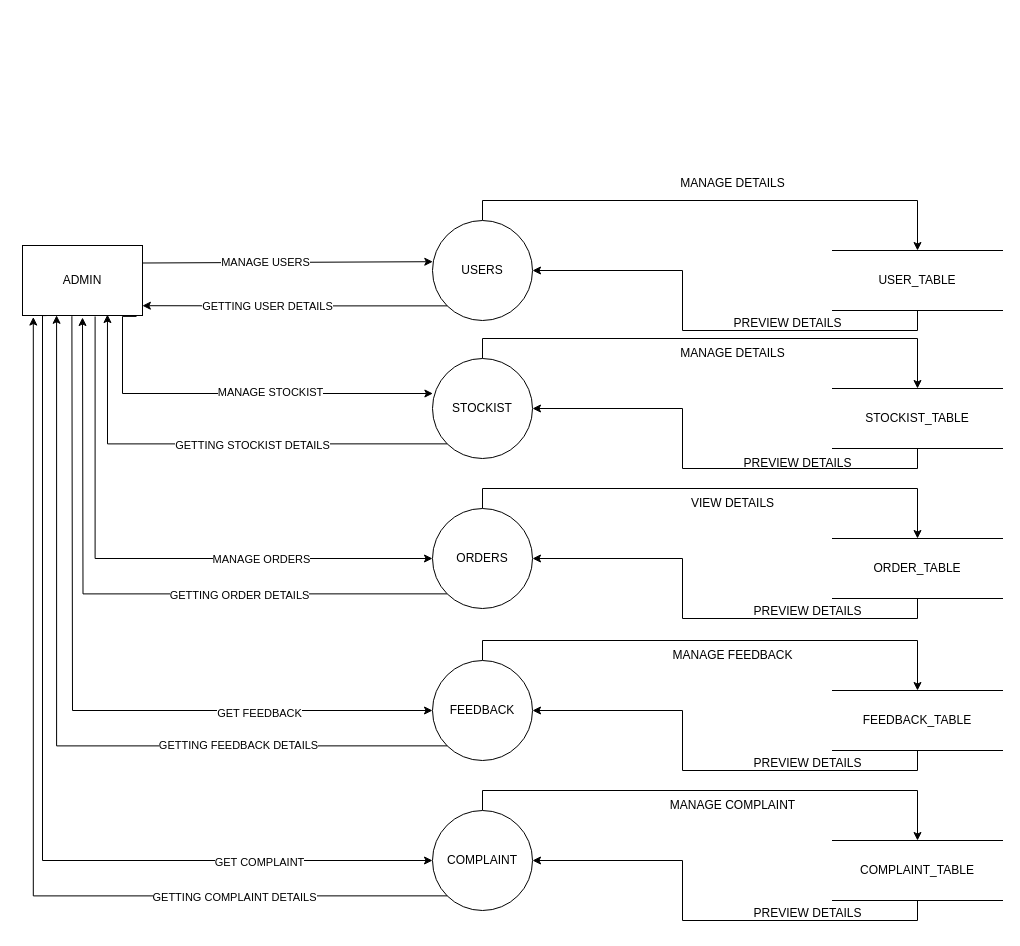
Before: page "DFD-1(ADMIN)" (10 of 18) of DOCUMENTATION.drawio in panchalbhavya2210/gift_documentation, a draw.io diagram. Source tidied: cells renumbered, new cells numbered last; positions are measured from the earlier drawing's top-left corner, leaving out a move shared by most shapes. Both pictures are drawn from the tidied source at 100%, with x=0, y=0 at pixel (22, 168).
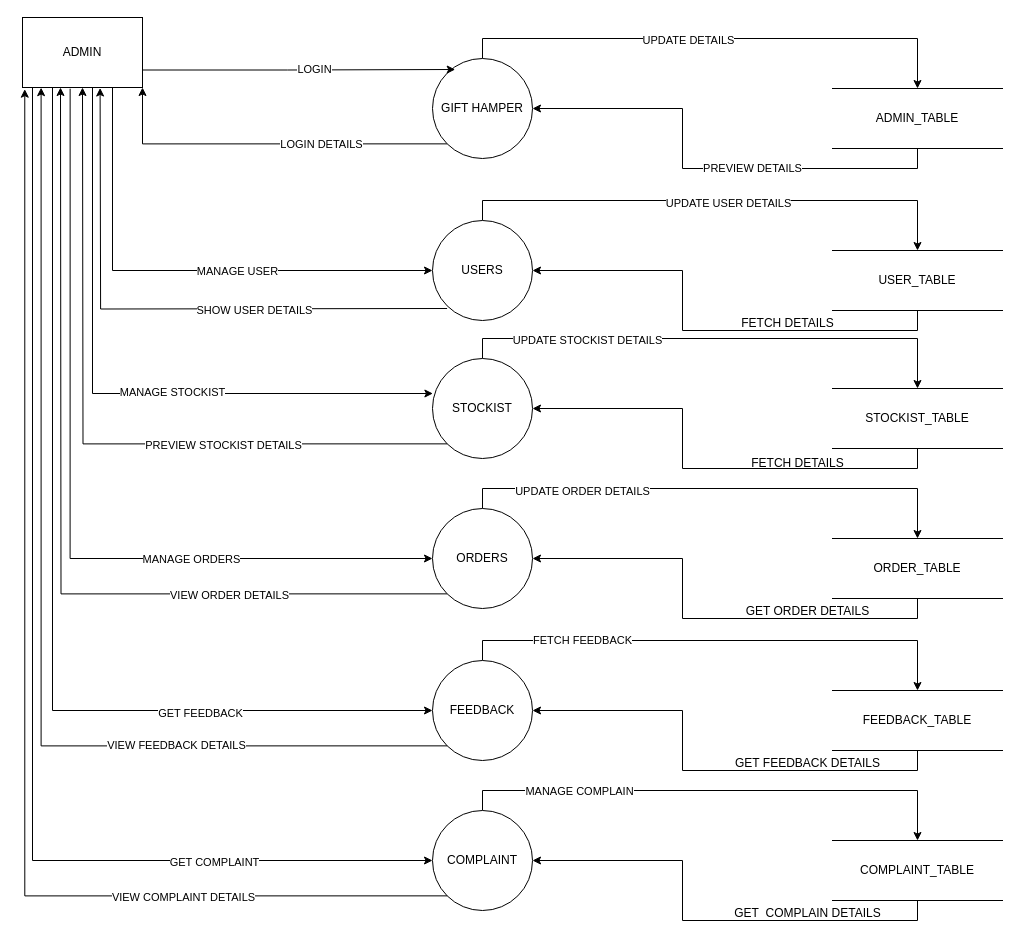
The same page after the edit.

The change refers to these unchanged cells:
```xml
<mxCell id="2" style="edgeStyle=orthogonalEdgeStyle;rounded=0;jettySize=auto;html=1;exitX=0.5;exitY=0;exitDx=0;exitDy=0;entryX=0.5;entryY=0;entryDx=0;entryDy=0;" parent="1" edge="1" source="3" target="5">
  <mxGeometry relative="1" as="geometry" />
</mxCell>
<mxCell id="3" value="USERS" style="ellipse;whiteSpace=wrap;html=1;" parent="1" vertex="1">
  <mxGeometry x="410" y="52" width="100" height="100" as="geometry" />
</mxCell>
<mxCell id="17" style="edgeStyle=orthogonalEdgeStyle;rounded=0;jettySize=auto;html=1;exitX=0.5;exitY=0;exitDx=0;exitDy=0;entryX=0.5;entryY=0;entryDx=0;entryDy=0;" parent="1" edge="1" source="18" target="20">
  <mxGeometry relative="1" as="geometry" />
</mxCell>
<mxCell id="18" value="STOCKIST" style="ellipse;whiteSpace=wrap;html=1;" parent="1" vertex="1">
  <mxGeometry x="410" y="190" width="100" height="100" as="geometry" />
</mxCell>
<mxCell id="25" style="edgeStyle=orthogonalEdgeStyle;rounded=0;jettySize=auto;html=1;exitX=0.5;exitY=0;exitDx=0;exitDy=0;entryX=0.5;entryY=0;entryDx=0;entryDy=0;" parent="1" edge="1" source="28" target="30">
  <mxGeometry relative="1" as="geometry" />
</mxCell>
<mxCell id="28" value="ORDERS" style="ellipse;whiteSpace=wrap;html=1;" parent="1" vertex="1">
  <mxGeometry x="410" y="340" width="100" height="100" as="geometry" />
</mxCell>
<mxCell id="33" style="edgeStyle=orthogonalEdgeStyle;rounded=0;jettySize=auto;html=1;exitX=0.5;exitY=0;exitDx=0;exitDy=0;entryX=0.5;entryY=0;entryDx=0;entryDy=0;" parent="1" edge="1" source="34" target="36">
  <mxGeometry relative="1" as="geometry" />
</mxCell>
<mxCell id="34" value="FEEDBACK" style="ellipse;whiteSpace=wrap;html=1;" parent="1" vertex="1">
  <mxGeometry x="410" y="492" width="100" height="100" as="geometry" />
</mxCell>
<mxCell id="39" style="edgeStyle=orthogonalEdgeStyle;rounded=0;jettySize=auto;html=1;exitX=0.5;exitY=0;exitDx=0;exitDy=0;entryX=0.5;entryY=0;entryDx=0;entryDy=0;" parent="1" edge="1" source="40" target="42">
  <mxGeometry relative="1" as="geometry" />
</mxCell>
<mxCell id="40" value="COMPLAINT" style="ellipse;whiteSpace=wrap;html=1;" parent="1" vertex="1">
  <mxGeometry x="410" y="642" width="100" height="100" as="geometry" />
</mxCell>
```

What changed in the source:
```diff
@@
+    <mxCell id="53" value="UPDATE USER DETAILS" style="edgeLabel;html=1;align=center;verticalAlign=middle;" parent="2" vertex="1">
+      <mxGeometry x="0.05" y="-2" relative="1" as="geometry" />
+    </mxCell>
@@
-    <mxCell id="6" style="rounded=0;jettySize=auto;html=1;exitX=1;exitY=0.25;exitDx=0;exitDy=0;entryX=0.003;entryY=0.412;entryDx=0;entryDy=0;entryPerimeter=0;" parent="1" edge="1" source="14" target="3">
-      <mxGeometry relative="1" as="geometry" />
-    </mxCell>
-    <mxCell id="7" value="MANAGE USERS" style="edgeLabel;html=1;align=center;verticalAlign=middle;" parent="6" vertex="1">
-      <mxGeometry x="-0.15" relative="1" as="geometry" />
-    </mxCell>
-    <mxCell id="8" style="edgeStyle=orthogonalEdgeStyle;rounded=0;jettySize=auto;html=1;exitX=0.605;exitY=1.014;exitDx=0;exitDy=0;entryX=0;entryY=0.5;entryDx=0;entryDy=0;exitPerimeter=0;" parent="1" edge="1" source="14" target="28">
+    <mxCell id="8" style="edgeStyle=orthogonalEdgeStyle;rounded=0;jettySize=auto;html=1;exitX=0.397;exitY=1.017;exitDx=0;exitDy=0;entryX=0;entryY=0.5;entryDx=0;entryDy=0;exitPerimeter=0;" parent="1" edge="1" source="14" target="28">
       <mxGeometry relative="1" as="geometry">
         <Array as="points">
-          <mxPoint x="73" y="390" />
+          <mxPoint x="48" y="390" />
         </Array>
       </mxGeometry>
     </mxCell>
@@
-    <mxCell id="10" style="edgeStyle=orthogonalEdgeStyle;rounded=0;jettySize=auto;html=1;exitX=0.412;exitY=0.995;exitDx=0;exitDy=0;entryX=0;entryY=0.5;entryDx=0;entryDy=0;exitPerimeter=0;" parent="1" edge="1" source="14" target="34">
+    <mxCell id="10" style="edgeStyle=orthogonalEdgeStyle;rounded=0;jettySize=auto;html=1;exitX=0.25;exitY=1;exitDx=0;exitDy=0;entryX=0;entryY=0.5;entryDx=0;entryDy=0;" parent="1" edge="1" source="14" target="34">
       <mxGeometry relative="1" as="geometry">
         <Array as="points">
-          <mxPoint x="49" y="148" />
-          <mxPoint x="50" y="148" />
-          <mxPoint x="50" y="542" />
+          <mxPoint x="34" y="-81" />
+          <mxPoint x="34" y="-82" />
+          <mxPoint x="30" y="-82" />
+          <mxPoint x="30" y="542" />
         </Array>
       </mxGeometry>
     </mxCell>
@@
-    <mxCell id="12" style="edgeStyle=orthogonalEdgeStyle;rounded=0;jettySize=auto;html=1;entryX=0;entryY=0.5;entryDx=0;entryDy=0;exitX=0.2;exitY=1.001;exitDx=0;exitDy=0;exitPerimeter=0;" parent="1" edge="1" source="14" target="40">
+    <mxCell id="12" style="edgeStyle=orthogonalEdgeStyle;rounded=0;jettySize=auto;html=1;entryX=0;entryY=0.5;entryDx=0;entryDy=0;exitX=0.106;exitY=0.995;exitDx=0;exitDy=0;exitPerimeter=0;" parent="1" edge="1" source="14" target="40">
       <mxGeometry relative="1" as="geometry">
         <Array as="points">
-          <mxPoint x="20" y="147" />
-          <mxPoint x="20" y="692" />
+          <mxPoint x="10" y="-81" />
+          <mxPoint x="10" y="692" />
         </Array>
       </mxGeometry>
     </mxCell>
@@
+    <mxCell id="6" style="edgeStyle=orthogonalEdgeStyle;rounded=0;jettySize=auto;html=1;exitX=0.75;exitY=1;exitDx=0;exitDy=0;entryX=0;entryY=0.5;entryDx=0;entryDy=0;" parent="1" edge="1" source="14" target="3">
+      <mxGeometry relative="1" as="geometry" />
+    </mxCell>
+    <mxCell id="54" value="MANAGE USER" style="edgeLabel;html=1;align=center;verticalAlign=middle;" parent="6" vertex="1">
+      <mxGeometry x="0.22" relative="1" as="geometry" />
+    </mxCell>
     <mxCell id="14" value="ADMIN" style="rounded=0;whiteSpace=wrap;html=1;" parent="1" vertex="1">
-      <mxGeometry y="77" width="120" height="70" as="geometry" />
+      <mxGeometry y="-151" width="120" height="70" as="geometry" />
     </mxCell>
-    <mxCell id="15" value="MANAGE DETAILS" style="text;html=1;align=center;verticalAlign=middle;strokeColor=none;fillColor=none;" parent="1" vertex="1">
-      <mxGeometry x="645" width="130" height="30" as="geometry" />
-    </mxCell>
-    <mxCell id="16" value="PREVIEW DETAILS" style="text;html=1;align=center;verticalAlign=middle;strokeColor=none;fillColor=none;" parent="1" vertex="1">
-      <mxGeometry x="700" y="140" width="130" height="30" as="geometry" />
+    <mxCell id="16" value="FETCH DETAILS" style="text;html=1;align=center;verticalAlign=middle;strokeColor=none;fillColor=none;" parent="1" vertex="1">
+      <mxGeometry x="705" y="140" width="120" height="30" as="geometry" />
     </mxCell>
@@
+    <mxCell id="55" value="UPDATE STOCKIST DETAILS" style="edgeLabel;html=1;align=center;verticalAlign=middle;" parent="17" vertex="1">
+      <mxGeometry x="-0.51" y="-1" relative="1" as="geometry" />
+    </mxCell>
@@
-    <mxCell id="21" value="PREVIEW DETAILS" style="text;html=1;align=center;verticalAlign=middle;strokeColor=none;fillColor=none;" parent="1" vertex="1">
-      <mxGeometry x="710" y="280" width="130" height="30" as="geometry" />
+    <mxCell id="21" value="FETCH DETAILS" style="text;html=1;align=center;verticalAlign=middle;strokeColor=none;fillColor=none;" parent="1" vertex="1">
+      <mxGeometry x="715" y="280" width="120" height="30" as="geometry" />
     </mxCell>
-    <mxCell id="22" style="edgeStyle=orthogonalEdgeStyle;rounded=0;jettySize=auto;html=1;entryX=0.004;entryY=0.35;entryDx=0;entryDy=0;entryPerimeter=0;exitX=0.95;exitY=1.013;exitDx=0;exitDy=0;exitPerimeter=0;" parent="1" edge="1" source="14" target="18">
+    <mxCell id="22" style="edgeStyle=orthogonalEdgeStyle;rounded=0;jettySize=auto;html=1;entryX=0.004;entryY=0.35;entryDx=0;entryDy=0;entryPerimeter=0;" parent="1" edge="1" target="18">
       <mxGeometry relative="1" as="geometry">
+        <mxPoint x="70" y="-81" as="sourcePoint" />
         <Array as="points">
-          <mxPoint x="100" y="148" />
-          <mxPoint x="100" y="225" />
+          <mxPoint x="70" y="-81" />
+          <mxPoint x="70" y="225" />
         </Array>
       </mxGeometry>
     </mxCell>
@@
-    <mxCell id="24" value="MANAGE DETAILS" style="text;html=1;align=center;verticalAlign=middle;strokeColor=none;fillColor=none;" parent="1" vertex="1">
-      <mxGeometry x="645" y="170" width="130" height="30" as="geometry" />
-    </mxCell>
@@
+    <mxCell id="56" value="UPDATE ORDER DETAILS" style="edgeLabel;html=1;align=center;verticalAlign=middle;" parent="25" vertex="1">
+      <mxGeometry x="-0.53" y="-2" relative="1" as="geometry" />
+    </mxCell>
-    <mxCell id="26" style="edgeStyle=orthogonalEdgeStyle;rounded=0;jettySize=auto;html=1;exitX=0;exitY=1;exitDx=0;exitDy=0;" parent="1" edge="1" source="28">
+    <mxCell id="26" style="edgeStyle=orthogonalEdgeStyle;rounded=0;jettySize=auto;html=1;exitX=0;exitY=1;exitDx=0;exitDy=0;entryX=0.5;entryY=1;entryDx=0;entryDy=0;" parent="1" edge="1" source="28">
       <mxGeometry relative="1" as="geometry">
-        <mxPoint x="60" y="149" as="targetPoint" />
+        <mxPoint x="38" y="-81" as="targetPoint" />
       </mxGeometry>
     </mxCell>
-    <mxCell id="27" value="GETTING ORDER DETAILS" style="edgeLabel;html=1;align=center;verticalAlign=middle;" parent="26" vertex="1">
-      <mxGeometry x="-0.35" y="1" relative="1" as="geometry" />
+    <mxCell id="27" value="VIEW ORDER DETAILS" style="edgeLabel;html=1;align=center;verticalAlign=middle;" parent="26" vertex="1">
+      <mxGeometry x="-0.35" y="1" relative="1" as="geometry">
+        <mxPoint x="72" as="offset" />
+      </mxGeometry>
     </mxCell>
@@
-    <mxCell id="31" value="PREVIEW DETAILS" style="text;html=1;align=center;verticalAlign=middle;strokeColor=none;fillColor=none;" parent="1" vertex="1">
-      <mxGeometry x="720" y="428" width="130" height="30" as="geometry" />
+    <mxCell id="31" value="GET ORDER DETAILS" style="text;html=1;align=center;verticalAlign=middle;strokeColor=none;fillColor=none;" parent="1" vertex="1">
+      <mxGeometry x="710" y="428" width="150" height="30" as="geometry" />
     </mxCell>
-    <mxCell id="32" value="VIEW DETAILS" style="text;html=1;align=center;verticalAlign=middle;strokeColor=none;fillColor=none;" parent="1" vertex="1">
-      <mxGeometry x="655" y="320" width="110" height="30" as="geometry" />
-    </mxCell>
@@
+    <mxCell id="57" value="FETCH FEEDBACK" style="edgeLabel;html=1;align=center;verticalAlign=middle;" parent="33" vertex="1">
+      <mxGeometry x="-0.53" y="1" relative="1" as="geometry" />
+    </mxCell>
@@
-    <mxCell id="37" value="PREVIEW DETAILS" style="text;html=1;align=center;verticalAlign=middle;strokeColor=none;fillColor=none;" parent="1" vertex="1">
-      <mxGeometry x="720" y="580" width="130" height="30" as="geometry" />
+    <mxCell id="37" value="GET FEEDBACK DETAILS" style="text;html=1;align=center;verticalAlign=middle;strokeColor=none;fillColor=none;" parent="1" vertex="1">
+      <mxGeometry x="700" y="580" width="170" height="30" as="geometry" />
     </mxCell>
-    <mxCell id="38" value="MANAGE FEEDBACK" style="text;html=1;align=center;verticalAlign=middle;strokeColor=none;fillColor=none;" parent="1" vertex="1">
-      <mxGeometry x="640" y="472" width="140" height="30" as="geometry" />
-    </mxCell>
@@
+    <mxCell id="58" value="MANAGE COMPLAIN" style="edgeLabel;html=1;align=center;verticalAlign=middle;" parent="39" vertex="1">
+      <mxGeometry x="-0.54" relative="1" as="geometry" />
+    </mxCell>
@@
-    <mxCell id="43" value="PREVIEW DETAILS" style="text;html=1;align=center;verticalAlign=middle;strokeColor=none;fillColor=none;" parent="1" vertex="1">
-      <mxGeometry x="720" y="730" width="130" height="30" as="geometry" />
+    <mxCell id="43" value="GET&amp;nbsp; COMPLAIN DETAILS" style="text;html=1;align=center;verticalAlign=middle;strokeColor=none;fillColor=none;" parent="1" vertex="1">
+      <mxGeometry x="700" y="730" width="170" height="30" as="geometry" />
     </mxCell>
-    <mxCell id="44" value="MANAGE COMPLAINT" style="text;html=1;align=center;verticalAlign=middle;strokeColor=none;fillColor=none;" parent="1" vertex="1">
-      <mxGeometry x="635" y="622" width="150" height="30" as="geometry" />
-    </mxCell>
-    <mxCell id="45" style="edgeStyle=orthogonalEdgeStyle;rounded=0;jettySize=auto;html=1;exitX=0;exitY=1;exitDx=0;exitDy=0;entryX=0.708;entryY=0.986;entryDx=0;entryDy=0;entryPerimeter=0;" parent="1" edge="1" source="18" target="14">
-      <mxGeometry relative="1" as="geometry" />
+    <mxCell id="45" style="edgeStyle=orthogonalEdgeStyle;rounded=0;jettySize=auto;html=1;exitX=0;exitY=1;exitDx=0;exitDy=0;entryX=0.708;entryY=0.986;entryDx=0;entryDy=0;entryPerimeter=0;" parent="1" edge="1" source="18">
+      <mxGeometry relative="1" as="geometry">
+        <mxPoint x="60" y="-81" as="targetPoint" />
+      </mxGeometry>
     </mxCell>
-    <mxCell id="46" value="GETTING STOCKIST DETAILS" style="edgeLabel;html=1;align=center;verticalAlign=middle;" parent="45" vertex="1">
-      <mxGeometry x="-0.17" y="1" relative="1" as="geometry" />
+    <mxCell id="46" value="PREVIEW STOCKIST DETAILS" style="edgeLabel;html=1;align=center;verticalAlign=middle;" parent="45" vertex="1">
+      <mxGeometry x="-0.17" y="1" relative="1" as="geometry">
+        <mxPoint x="75" as="offset" />
+      </mxGeometry>
     </mxCell>
-    <mxCell id="47" style="edgeStyle=orthogonalEdgeStyle;rounded=0;jettySize=auto;html=1;exitX=0;exitY=1;exitDx=0;exitDy=0;entryX=0.284;entryY=0.997;entryDx=0;entryDy=0;entryPerimeter=0;" parent="1" edge="1" source="34" target="14">
+    <mxCell id="47" style="edgeStyle=orthogonalEdgeStyle;rounded=0;jettySize=auto;html=1;exitX=0;exitY=1;exitDx=0;exitDy=0;entryX=0.155;entryY=1.002;entryDx=0;entryDy=0;entryPerimeter=0;" parent="1" edge="1" source="34" target="14">
       <mxGeometry relative="1" as="geometry" />
     </mxCell>
-    <mxCell id="48" value="GETTING FEEDBACK DETAILS" style="edgeLabel;html=1;align=center;verticalAlign=middle;" parent="47" vertex="1">
+    <mxCell id="48" value="VIEW FEEDBACK DETAILS" style="edgeLabel;html=1;align=center;verticalAlign=middle;" parent="47" vertex="1">
       <mxGeometry x="-0.49" y="-1" relative="1" as="geometry" />
     </mxCell>
-    <mxCell id="49" style="edgeStyle=orthogonalEdgeStyle;rounded=0;jettySize=auto;html=1;exitX=0;exitY=1;exitDx=0;exitDy=0;entryX=0.09;entryY=1.022;entryDx=0;entryDy=0;entryPerimeter=0;" parent="1" edge="1" source="40" target="14">
+    <mxCell id="49" style="edgeStyle=orthogonalEdgeStyle;rounded=0;jettySize=auto;html=1;exitX=0;exitY=1;exitDx=0;exitDy=0;entryX=0.019;entryY=1.024;entryDx=0;entryDy=0;entryPerimeter=0;" parent="1" edge="1" source="40" target="14">
       <mxGeometry relative="1" as="geometry" />
     </mxCell>
-    <mxCell id="50" value="GETTING COMPLAINT DETAILS" style="edgeLabel;html=1;align=center;verticalAlign=middle;" parent="49" vertex="1">
+    <mxCell id="50" value="VIEW COMPLAINT DETAILS" style="edgeLabel;html=1;align=center;verticalAlign=middle;" parent="49" vertex="1">
       <mxGeometry x="-0.57" y="1" relative="1" as="geometry" />
     </mxCell>
-    <mxCell id="51" style="edgeStyle=orthogonalEdgeStyle;rounded=0;jettySize=auto;html=1;exitX=0;exitY=1;exitDx=0;exitDy=0;entryX=0.999;entryY=0.86;entryDx=0;entryDy=0;entryPerimeter=0;" parent="1" edge="1" source="3" target="14">
-      <mxGeometry relative="1" as="geometry" />
-    </mxCell>
-    <mxCell id="52" value="GETTING USER DETAILS" style="edgeLabel;html=1;align=center;verticalAlign=middle;" parent="51" vertex="1">
-      <mxGeometry x="0.19" relative="1" as="geometry">
-        <mxPoint x="1" as="offset" />
-      </mxGeometry>
-    </mxCell>
+    <mxCell id="59" style="edgeStyle=orthogonalEdgeStyle;rounded=0;orthogonalLoop=1;jettySize=auto;html=1;exitX=0;exitY=1;exitDx=0;exitDy=0;entryX=0.647;entryY=0.97;entryDx=0;entryDy=0;entryPerimeter=0;" parent="1" edge="1">
+      <mxGeometry relative="1" as="geometry">
+        <mxPoint x="424.6" y="140" as="sourcePoint" />
+        <mxPoint x="77.6" y="-80.5" as="targetPoint" />
+      </mxGeometry>
+    </mxCell>
+    <mxCell id="60" value="SHOW USER DETAILS" style="edgeLabel;html=1;align=center;verticalAlign=middle;" parent="59" vertex="1">
+      <mxGeometry x="-0.32" y="1" relative="1" as="geometry" />
+    </mxCell>
+    <mxCell id="61" style="edgeStyle=orthogonalEdgeStyle;rounded=0;jettySize=auto;html=1;exitX=0.5;exitY=0;exitDx=0;exitDy=0;entryX=0.5;entryY=0;entryDx=0;entryDy=0;" parent="1" edge="1" source="65" target="68">
+      <mxGeometry relative="1" as="geometry" />
+    </mxCell>
+    <mxCell id="62" value="UPDATE DETAILS" style="edgeLabel;html=1;align=center;verticalAlign=middle;" parent="61" vertex="1">
+      <mxGeometry x="-0.11" y="-1" relative="1" as="geometry" />
+    </mxCell>
+    <mxCell id="63" style="edgeStyle=orthogonalEdgeStyle;rounded=0;jettySize=auto;html=1;exitX=0;exitY=1;exitDx=0;exitDy=0;entryX=1;entryY=1;entryDx=0;entryDy=0;" parent="1" edge="1" source="65" target="14">
+      <mxGeometry relative="1" as="geometry" />
+    </mxCell>
+    <mxCell id="64" value="LOGIN DETAILS" style="edgeLabel;html=1;align=center;verticalAlign=middle;" parent="63" vertex="1">
+      <mxGeometry x="-0.3" relative="1" as="geometry" />
+    </mxCell>
+    <mxCell id="65" value="GIFT HAMPER" style="ellipse;whiteSpace=wrap;html=1;" parent="1" vertex="1">
+      <mxGeometry x="410" y="-110" width="100" height="100" as="geometry" />
+    </mxCell>
+    <mxCell id="66" style="edgeStyle=orthogonalEdgeStyle;rounded=0;jettySize=auto;html=1;exitX=0.5;exitY=1;exitDx=0;exitDy=0;entryX=1;entryY=0.5;entryDx=0;entryDy=0;" parent="1" edge="1" source="68" target="65">
+      <mxGeometry relative="1" as="geometry" />
+    </mxCell>
+    <mxCell id="67" value="PREVIEW DETAILS" style="edgeLabel;html=1;align=center;verticalAlign=middle;" parent="66" vertex="1">
+      <mxGeometry x="-0.2" y="-1" relative="1" as="geometry" />
+    </mxCell>
+    <mxCell id="68" value="ADMIN_TABLE" style="shape=partialRectangle;whiteSpace=wrap;html=1;left=0;right=0;fillColor=none;" parent="1" vertex="1">
+      <mxGeometry x="810" y="-80" width="170" height="60" as="geometry" />
+    </mxCell>
+    <mxCell id="69" style="edgeStyle=orthogonalEdgeStyle;rounded=0;jettySize=auto;html=1;exitX=1;exitY=0.75;exitDx=0;exitDy=0;entryX=0.227;entryY=0.11;entryDx=0;entryDy=0;entryPerimeter=0;" parent="1" edge="1" source="14" target="65">
+      <mxGeometry relative="1" as="geometry" />
+    </mxCell>
+    <mxCell id="70" value="LOGIN" style="edgeLabel;html=1;align=center;verticalAlign=middle;" parent="69" vertex="1">
+      <mxGeometry x="0.1" y="1" relative="1" as="geometry" />
+    </mxCell>
```
